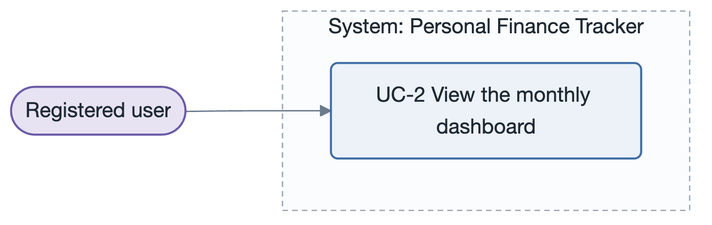
The Mermaid diagram examples/personal-finance-tracker-mermaid/drivers/use-cases/diagrams/UC-2.png in rtym/sei-architecture-methodology, before a commit. Its source is kept beside it as examples/personal-finance-tracker-mermaid/drivers/use-cases/diagrams/UC-2.mmd. The source it was exported from:
```mermaid
flowchart LR
  pa(["Registered user"])
  subgraph sys["System: Personal Finance Tracker"]
    uc2("UC-2 View the monthly dashboard")
  end
  pa --> uc2
  classDef source   fill:#E7E3F3,stroke:#6B5BA6,color:#1F2933;
  classDef artifact fill:#EDF2F8,stroke:#3E6DA5,color:#1F2933;
  class pa source
  class uc2 artifact
```
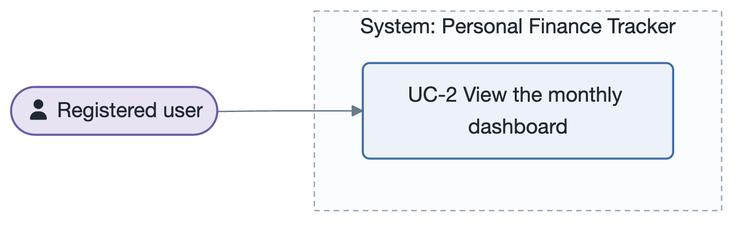
After the commit.

Diff of the diagram source:
```diff
@@ -1,5 +1,5 @@
 flowchart LR
-  pa(["Registered user"])
+  pa(["fa:fa-user Registered user"])
   subgraph sys["System: Personal Finance Tracker"]
     uc2("UC-2 View the monthly dashboard")
   end
```
